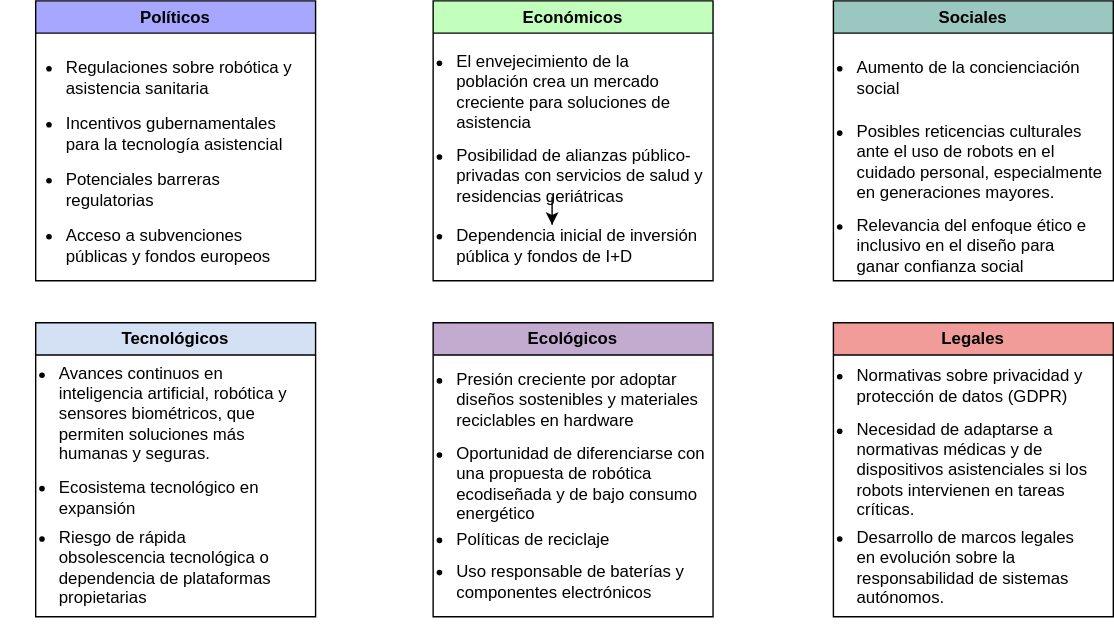
This is img/Pestel.drawio.svg from ldcas-uc3m/PESI-PF, a draw.io export, as it was before one commit. Source tidied: cells renumbered, new cells last; positions are measured from the earlier drawing's top-left corner, leaving out a move shared by most shapes.
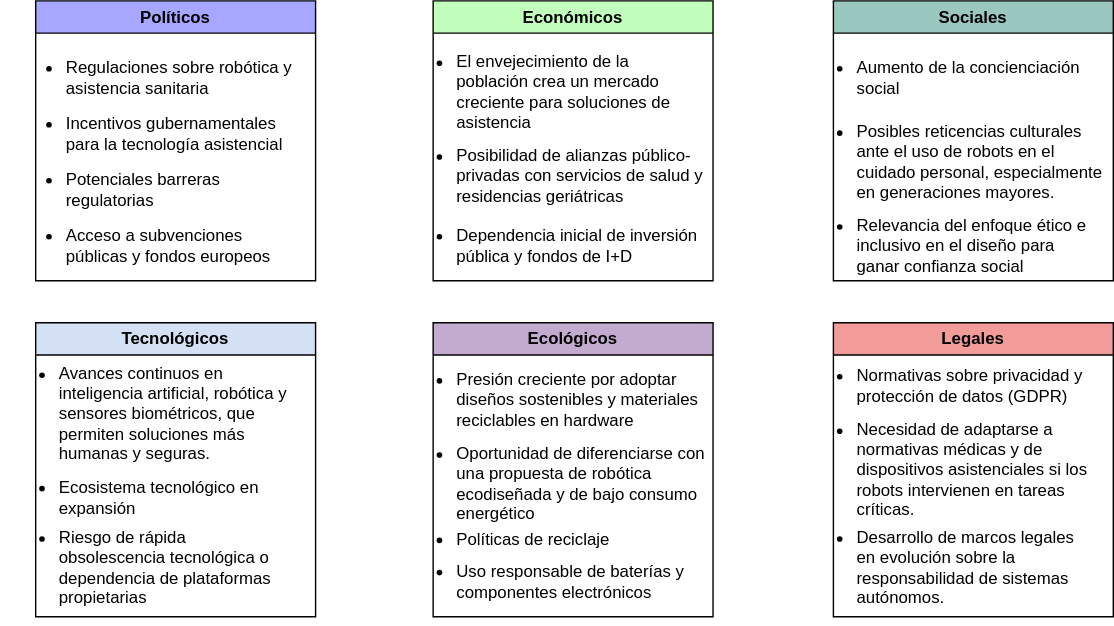
The same diagram one commit later.

Commit message:
Nuevo Pestel 2

Change to the diagram source:
```diff
@@ -23,9 +23,6 @@
     <mxCell id="8" value="&lt;ul&gt;&lt;li&gt;El envejecimiento de la población crea un mercado creciente para soluciones de asistencia&lt;/li&gt;&lt;/ul&gt;" style="text;html=1;align=left;verticalAlign=middle;whiteSpace=wrap;rounded=0;" parent="7" vertex="1">
       <mxGeometry x="-25" y="50" width="220" height="30" as="geometry" />
     </mxCell>
-    <mxCell id="9" style="edgeStyle=orthogonalEdgeStyle;rounded=0;jettySize=auto;html=1;" parent="7" edge="1" source="10" target="11">
-      <mxGeometry relative="1" as="geometry" />
-    </mxCell>
     <mxCell id="10" value="&lt;ul&gt;&lt;li&gt;Posibilidad de alianzas público-privadas con servicios de salud y residencias geriátricas&lt;/li&gt;&lt;/ul&gt;" style="text;html=1;align=left;verticalAlign=middle;whiteSpace=wrap;rounded=0;" parent="7" vertex="1">
       <mxGeometry x="-25" y="110" width="220" height="30" as="geometry" />
     </mxCell>
```
